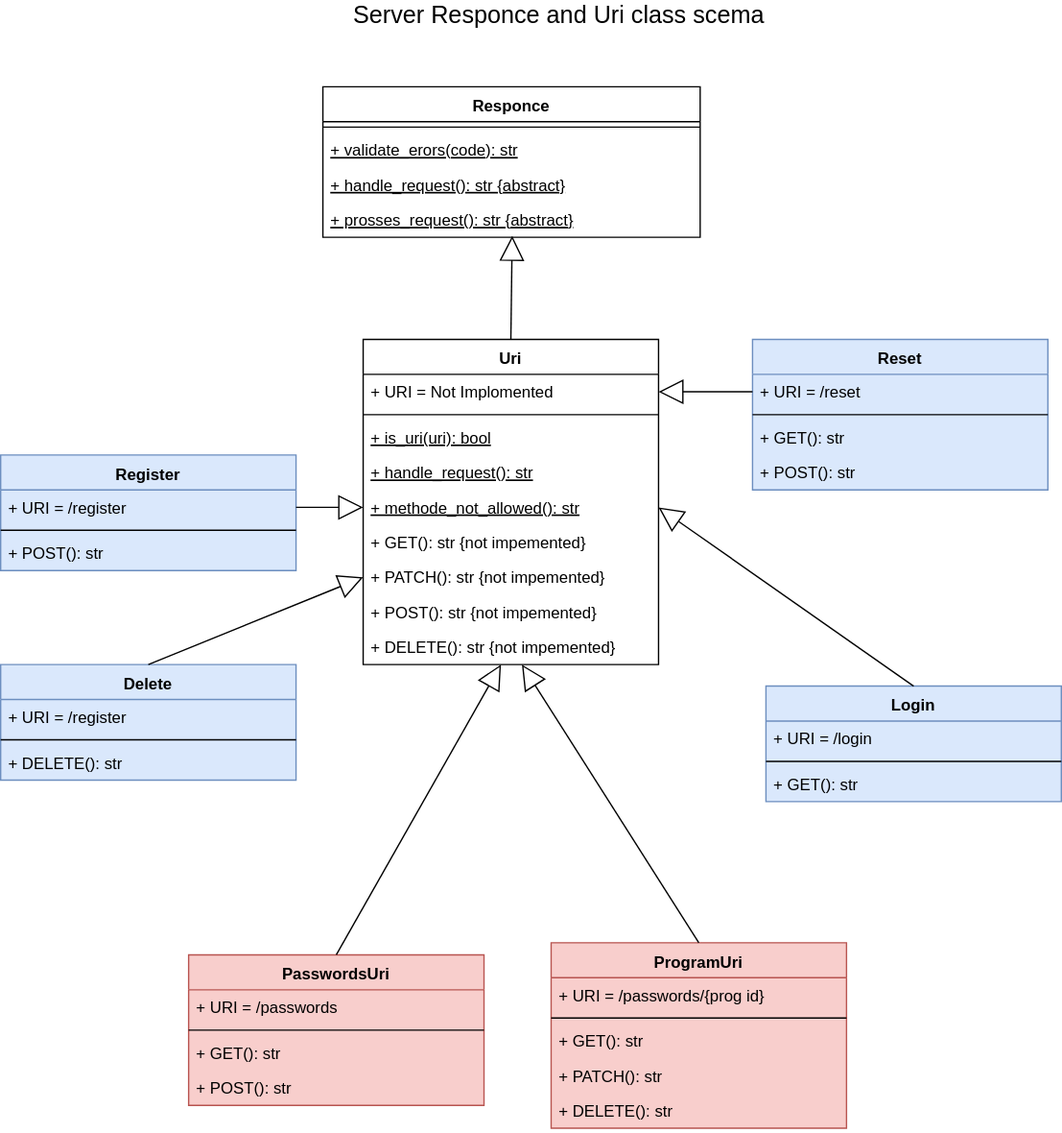
This is Documents/server class diagram-URI.svg from adibl/password_saver, a draw.io export, as it was before one commit. Source tidied: cells renumbered, new cells last; positions are measured from the earlier drawing's top-left corner, leaving out a move shared by most shapes.
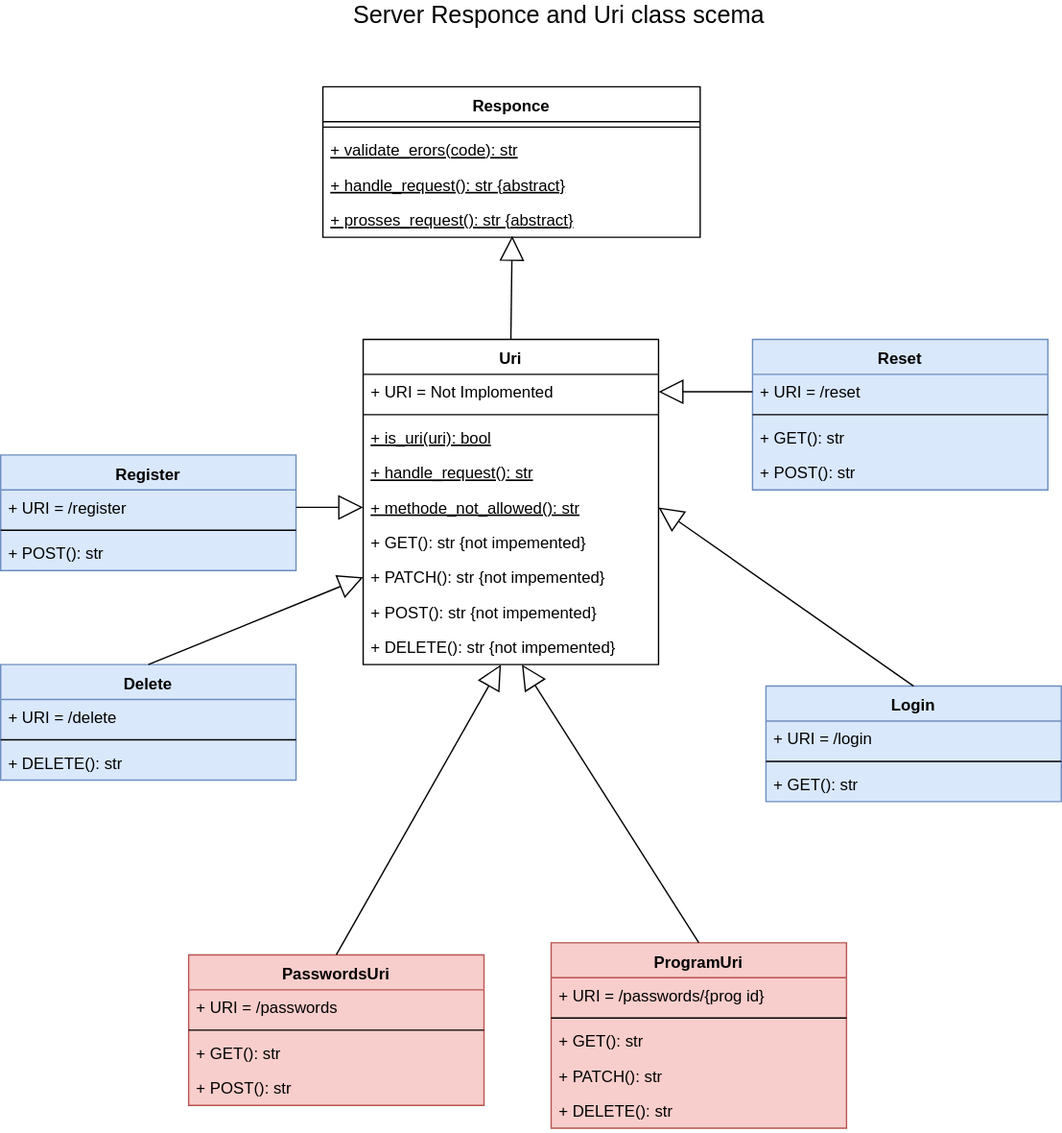
Later version of the same file.

Commit message:
server class uri fix 1.1

Change to the diagram source:
```diff
@@ -143,7 +143,7 @@
     <mxCell id="48" value="Delete" style="swimlane;fontStyle=1;align=center;verticalAlign=top;horizontal=1;startSize=26;fillColor=#DAE8FC;strokeColor=#6c8ebf;swimlaneFillColor=#DAE8FC;" parent="1" vertex="1">
       <mxGeometry y="494" width="220" height="86" as="geometry" />
     </mxCell>
-    <mxCell id="49" value="+ URI = /register" style="text;strokeColor=none;fillColor=none;align=left;verticalAlign=top;spacingLeft=4;spacingRight=4;overflow=hidden;fontStyle=0;" parent="48" vertex="1">
+    <mxCell id="49" value="+ URI = /delete" style="text;strokeColor=none;fillColor=none;align=left;verticalAlign=top;spacingLeft=4;spacingRight=4;overflow=hidden;fontStyle=0;" parent="48" vertex="1">
       <mxGeometry y="26" width="220" height="26" as="geometry" />
     </mxCell>
     <mxCell id="50" style="line;strokeWidth=1;fillColor=none;align=left;verticalAlign=middle;spacingTop=-1;spacingLeft=3;spacingRight=3;labelPosition=right;" parent="48" vertex="1">
```
